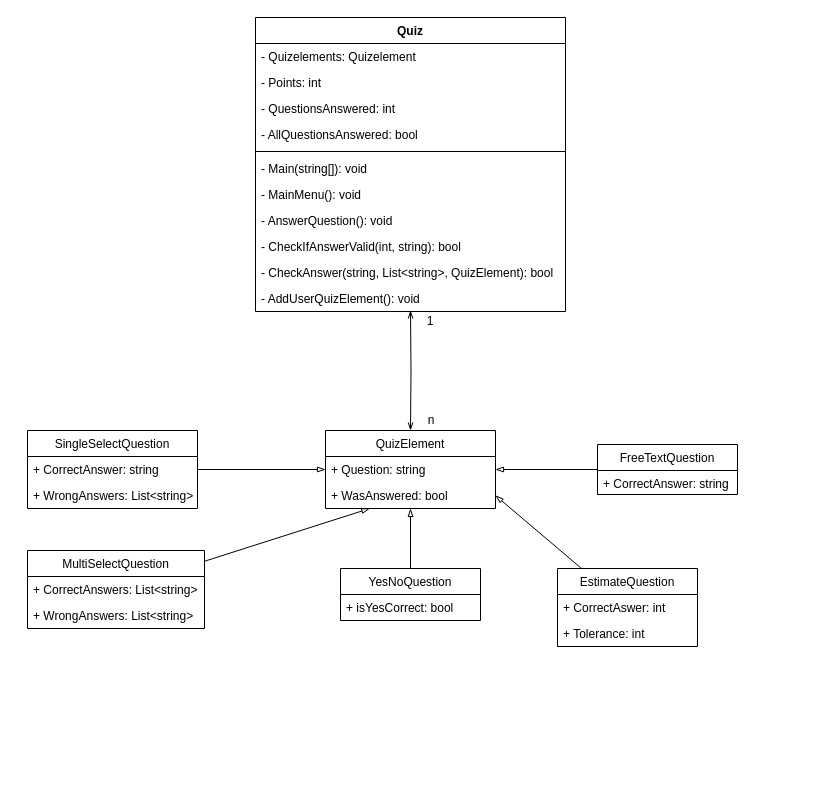
Above: A05_Quiz_2/Quiz_2_Class_Diagram.drawio in keckluis/Softwaredesign (draw.io), before the change. Source tidied: cells renumbered, new cells numbered last; positions are measured from the earlier drawing's top-left corner, leaving out a move shared by most shapes. Both pictures are drawn from the tidied source at 100%, with x=0, y=0 at pixel (27, 17).
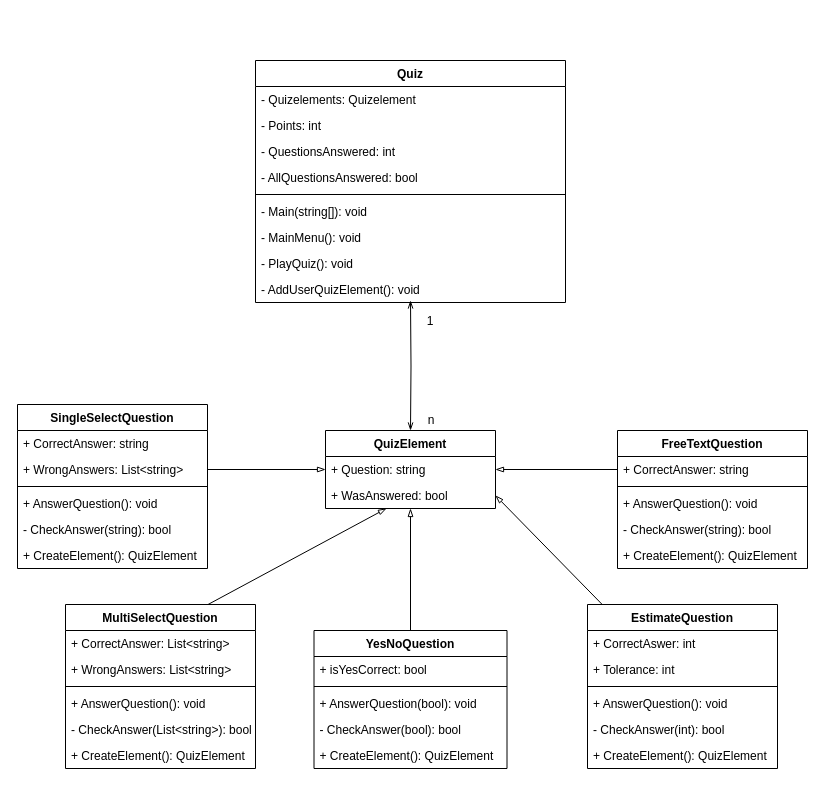
After the change.

Commit message (it also covers changes not shown here):
updated Quiz 2 class diagram

The change refers to these unchanged cells:
```xml
<mxCell id="15" value="+ Question: string" style="text;strokeColor=none;fillColor=none;align=left;verticalAlign=top;spacingLeft=4;spacingRight=4;overflow=hidden;points=[[0,0.5],[1,0.5]];portConstraint=eastwest;" parent="14" vertex="1">
  <mxGeometry y="26" width="170" height="26" as="geometry" />
</mxCell>
<mxCell id="16" value="+ WasAnswered: bool" style="text;strokeColor=none;fillColor=none;align=left;verticalAlign=top;spacingLeft=4;spacingRight=4;overflow=hidden;points=[[0,0.5],[1,0.5]];portConstraint=eastwest;" parent="14" vertex="1">
  <mxGeometry y="52" width="170" height="26" as="geometry" />
</mxCell>
```

The edit, as a diff of the source:
```diff
@@
     <mxCell id="2" value="Quiz" style="swimlane;fontStyle=1;align=center;verticalAlign=top;horizontal=1;startSize=26;" parent="1" vertex="1">
-      <mxGeometry x="228" width="310" height="294" as="geometry" />
+      <mxGeometry x="228" y="43" width="310" height="242" as="geometry" />
     </mxCell>
@@
-    <mxCell id="10" value="- AnswerQuestion(): void" style="text;strokeColor=none;fillColor=none;align=left;verticalAlign=top;spacingLeft=4;spacingRight=4;overflow=hidden;" parent="2" vertex="1">
+    <mxCell id="10" value="- PlayQuiz(): void" style="text;strokeColor=none;fillColor=none;align=left;verticalAlign=top;spacingLeft=4;spacingRight=4;overflow=hidden;" parent="2" vertex="1">
       <mxGeometry y="190" width="310" height="26" as="geometry" />
     </mxCell>
-    <mxCell id="11" value="- CheckIfAnswerValid(int, string): bool" style="text;strokeColor=none;fillColor=none;align=left;verticalAlign=top;spacingLeft=4;spacingRight=4;overflow=hidden;" parent="2" vertex="1">
-      <mxGeometry y="216" width="310" height="26" as="geometry" />
-    </mxCell>
-    <mxCell id="12" value="- CheckAnswer(string, List&lt;string&gt;, QuizElement): bool " style="text;strokeColor=none;fillColor=none;align=left;verticalAlign=top;spacingLeft=4;spacingRight=4;overflow=hidden;" parent="2" vertex="1">
-      <mxGeometry y="242" width="310" height="26" as="geometry" />
-    </mxCell>
     <mxCell id="13" value="- AddUserQuizElement(): void" style="text;strokeColor=none;fillColor=none;align=left;verticalAlign=top;spacingLeft=4;spacingRight=4;overflow=hidden;" parent="2" vertex="1">
-      <mxGeometry y="268" width="310" height="26" as="geometry" />
+      <mxGeometry y="216" width="310" height="26" as="geometry" />
     </mxCell>
-    <mxCell id="14" value="QuizElement" style="swimlane;fontStyle=0;horizontal=1;startSize=26;fillColor=none;swimlaneLine=1;" parent="1" vertex="1">
+    <mxCell id="14" value="QuizElement" style="swimlane;fontStyle=1;horizontal=1;startSize=26;fillColor=none;swimlaneLine=1;" parent="1" vertex="1">
       <mxGeometry x="298" y="413" width="170" height="78" as="geometry" />
     </mxCell>
@@
     <mxCell id="17" style="rounded=0;jettySize=auto;html=1;entryX=0.5;entryY=0;entryDx=0;entryDy=0;endArrow=openThin;endFill=0;startArrow=openThin;startFill=0;edgeStyle=orthogonalEdgeStyle;" parent="1" edge="1" target="14">
       <mxGeometry relative="1" as="geometry">
-        <mxPoint x="383" y="293" as="sourcePoint" />
+        <mxPoint x="383" y="283" as="sourcePoint" />
       </mxGeometry>
     </mxCell>
@@
-    <mxCell id="20" style="rounded=0;jettySize=auto;html=1;entryX=0;entryY=0.5;entryDx=0;entryDy=0;startArrow=none;startFill=0;endArrow=blockThin;endFill=0;" parent="1" edge="1" source="21" target="15">
+    <mxCell id="20" style="rounded=0;jettySize=auto;html=1;entryX=0;entryY=0.5;entryDx=0;entryDy=0;startArrow=none;startFill=0;endArrow=blockThin;endFill=0;exitX=1;exitY=0.5;exitDx=0;exitDy=0;" parent="1" edge="1" source="39" target="15">
       <mxGeometry relative="1" as="geometry" />
     </mxCell>
+    <mxCell id="24" style="edgeStyle=none;rounded=0;jettySize=auto;html=1;startArrow=none;startFill=0;endArrow=blockThin;endFill=0;exitX=0.5;exitY=0;exitDx=0;exitDy=0;" parent="1" edge="1" source="25" target="16">
+      <mxGeometry relative="1" as="geometry" />
+    </mxCell>
+    <mxCell id="27" style="edgeStyle=none;rounded=0;jettySize=auto;html=1;startArrow=none;startFill=0;endArrow=blockThin;endFill=0;exitX=0.75;exitY=0;exitDx=0;exitDy=0;" parent="1" edge="1" source="28" target="16">
+      <mxGeometry relative="1" as="geometry" />
+    </mxCell>
+    <mxCell id="31" style="edgeStyle=none;rounded=0;jettySize=auto;html=1;entryX=1;entryY=0.5;entryDx=0;entryDy=0;startArrow=none;startFill=0;endArrow=blockThin;endFill=0;exitX=0;exitY=0.5;exitDx=0;exitDy=0;" parent="1" edge="1" source="58" target="15">
+      <mxGeometry relative="1" as="geometry" />
+    </mxCell>
+    <mxCell id="34" style="rounded=0;jettySize=auto;html=1;entryX=1;entryY=0.5;entryDx=0;entryDy=0;endArrow=blockThin;endFill=0;" parent="1" edge="1" source="35" target="16">
+      <mxGeometry relative="1" as="geometry" />
+    </mxCell>
-    <mxCell id="21" value="SingleSelectQuestion" style="swimlane;fontStyle=0;horizontal=1;startSize=26;fillColor=none;" parent="1" vertex="1">
-      <mxGeometry y="413" width="170" height="78" as="geometry" />
+    <mxCell id="21" value="SingleSelectQuestion" style="swimlane;fontStyle=1;align=center;verticalAlign=top;horizontal=1;startSize=26;" parent="1" vertex="1">
+      <mxGeometry x="-10" y="387" width="190" height="164" as="geometry" />
     </mxCell>
-    <mxCell id="22" value="+ CorrectAnswer: string" style="text;strokeColor=none;fillColor=none;align=left;verticalAlign=top;spacingLeft=4;spacingRight=4;overflow=hidden;" parent="21" vertex="1">
-      <mxGeometry y="26" width="170" height="26" as="geometry" />
-    </mxCell>
-    <mxCell id="23" value="+ WrongAnswers: List&lt;string&gt;" style="text;strokeColor=none;fillColor=none;align=left;verticalAlign=top;spacingLeft=4;spacingRight=4;overflow=hidden;" parent="21" vertex="1">
-      <mxGeometry y="52" width="170" height="26" as="geometry" />
-    </mxCell>
-    <mxCell id="24" style="edgeStyle=none;rounded=0;jettySize=auto;html=1;startArrow=none;startFill=0;endArrow=blockThin;endFill=0;" parent="1" edge="1" source="25" target="16">
-      <mxGeometry relative="1" as="geometry" />
-    </mxCell>
+    <mxCell id="38" value="+ CorrectAnswer: string" style="text;strokeColor=none;fillColor=none;align=left;verticalAlign=top;spacingLeft=4;spacingRight=4;overflow=hidden;" parent="21" vertex="1">
+      <mxGeometry y="26" width="190" height="26" as="geometry" />
+    </mxCell>
+    <mxCell id="39" value="+ WrongAnswers: List&lt;string&gt;" style="text;strokeColor=none;fillColor=none;align=left;verticalAlign=top;spacingLeft=4;spacingRight=4;overflow=hidden;points=[[0,0.5],[1,0.5]];portConstraint=eastwest;" parent="21" vertex="1">
+      <mxGeometry y="52" width="190" height="26" as="geometry" />
+    </mxCell>
+    <mxCell id="40" style="line;strokeWidth=1;fillColor=none;align=left;verticalAlign=middle;spacingTop=-1;spacingLeft=3;spacingRight=3;labelPosition=right;" parent="21" vertex="1">
+      <mxGeometry y="78" width="190" height="8" as="geometry" />
+    </mxCell>
+    <mxCell id="41" value="+ AnswerQuestion(): void" style="text;strokeColor=none;fillColor=none;align=left;verticalAlign=top;spacingLeft=4;spacingRight=4;overflow=hidden;" parent="21" vertex="1">
+      <mxGeometry y="86" width="190" height="26" as="geometry" />
+    </mxCell>
+    <mxCell id="42" value="- CheckAnswer(string): bool " style="text;strokeColor=none;fillColor=none;align=left;verticalAlign=top;spacingLeft=4;spacingRight=4;overflow=hidden;" parent="21" vertex="1">
+      <mxGeometry y="112" width="190" height="26" as="geometry" />
+    </mxCell>
+    <mxCell id="43" value="+ CreateElement(): QuizElement  " style="text;strokeColor=none;fillColor=none;align=left;verticalAlign=top;spacingLeft=4;spacingRight=4;overflow=hidden;" parent="21" vertex="1">
+      <mxGeometry y="138" width="190" height="26" as="geometry" />
+    </mxCell>
+    <mxCell id="28" value="MultiSelectQuestion" style="swimlane;fontStyle=1;align=center;verticalAlign=top;horizontal=1;startSize=26;" parent="1" vertex="1">
+      <mxGeometry x="38" y="587" width="190" height="164" as="geometry" />
+    </mxCell>
+    <mxCell id="44" value="+ CorrectAnswer: List&lt;string&gt;" style="text;strokeColor=none;fillColor=none;align=left;verticalAlign=top;spacingLeft=4;spacingRight=4;overflow=hidden;" parent="28" vertex="1">
+      <mxGeometry y="26" width="190" height="26" as="geometry" />
+    </mxCell>
+    <mxCell id="45" value="+ WrongAnswers: List&lt;string&gt;" style="text;strokeColor=none;fillColor=none;align=left;verticalAlign=top;spacingLeft=4;spacingRight=4;overflow=hidden;" parent="28" vertex="1">
+      <mxGeometry y="52" width="190" height="26" as="geometry" />
+    </mxCell>
+    <mxCell id="46" style="line;strokeWidth=1;fillColor=none;align=left;verticalAlign=middle;spacingTop=-1;spacingLeft=3;spacingRight=3;labelPosition=right;" parent="28" vertex="1">
+      <mxGeometry y="78" width="190" height="8" as="geometry" />
+    </mxCell>
+    <mxCell id="47" value="+ AnswerQuestion(): void" style="text;strokeColor=none;fillColor=none;align=left;verticalAlign=top;spacingLeft=4;spacingRight=4;overflow=hidden;" parent="28" vertex="1">
+      <mxGeometry y="86" width="190" height="26" as="geometry" />
+    </mxCell>
+    <mxCell id="48" value="- CheckAnswer(List&lt;string&gt;): bool " style="text;strokeColor=none;fillColor=none;align=left;verticalAlign=top;spacingLeft=4;spacingRight=4;overflow=hidden;" parent="28" vertex="1">
+      <mxGeometry y="112" width="190" height="26" as="geometry" />
+    </mxCell>
+    <mxCell id="49" value="+ CreateElement(): QuizElement  " style="text;strokeColor=none;fillColor=none;align=left;verticalAlign=top;spacingLeft=4;spacingRight=4;overflow=hidden;" parent="28" vertex="1">
+      <mxGeometry y="138" width="190" height="26" as="geometry" />
+    </mxCell>
-    <mxCell id="25" value="YesNoQuestion" style="swimlane;fontStyle=0;horizontal=1;startSize=26;fillColor=none;" parent="1" vertex="1">
-      <mxGeometry x="313" y="551" width="140" height="52" as="geometry" />
+    <mxCell id="25" value="YesNoQuestion" style="swimlane;fontStyle=1;align=center;verticalAlign=top;horizontal=1;startSize=26;" parent="1" vertex="1">
+      <mxGeometry x="286.5" y="613" width="193" height="138" as="geometry" />
     </mxCell>
     <mxCell id="26" value="+ isYesCorrect: bool" style="text;strokeColor=none;fillColor=none;align=left;verticalAlign=top;spacingLeft=4;spacingRight=4;overflow=hidden;" parent="25" vertex="1">
-      <mxGeometry y="26" width="140" height="26" as="geometry" />
+      <mxGeometry y="26" width="193" height="26" as="geometry" />
     </mxCell>
-    <mxCell id="27" style="edgeStyle=none;rounded=0;jettySize=auto;html=1;startArrow=none;startFill=0;endArrow=blockThin;endFill=0;" parent="1" edge="1" source="28" target="16">
-      <mxGeometry relative="1" as="geometry" />
-    </mxCell>
-    <mxCell id="28" value="MultiSelectQuestion" style="swimlane;fontStyle=0;horizontal=1;startSize=26;fillColor=none;" parent="1" vertex="1">
-      <mxGeometry y="533" width="177" height="78" as="geometry" />
-    </mxCell>
-    <mxCell id="29" value="+ CorrectAnswers: List&lt;string&gt;" style="text;strokeColor=none;fillColor=none;align=left;verticalAlign=top;spacingLeft=4;spacingRight=4;overflow=hidden;" parent="28" vertex="1">
-      <mxGeometry y="26" width="177" height="26" as="geometry" />
-    </mxCell>
-    <mxCell id="30" value="+ WrongAnswers: List&lt;string&gt;" style="text;strokeColor=none;fillColor=none;align=left;verticalAlign=top;spacingLeft=4;spacingRight=4;overflow=hidden;" parent="28" vertex="1">
-      <mxGeometry y="52" width="177" height="26" as="geometry" />
-    </mxCell>
-    <mxCell id="31" style="edgeStyle=none;rounded=0;jettySize=auto;html=1;entryX=1;entryY=0.5;entryDx=0;entryDy=0;startArrow=none;startFill=0;endArrow=blockThin;endFill=0;" parent="1" edge="1" source="32" target="15">
-      <mxGeometry relative="1" as="geometry" />
-    </mxCell>
-    <mxCell id="32" value="FreeTextQuestion" style="swimlane;fontStyle=0;horizontal=1;startSize=26;fillColor=none;" parent="1" vertex="1">
-      <mxGeometry x="570" y="427" width="140" height="50" as="geometry" />
-    </mxCell>
-    <mxCell id="33" value="+ CorrectAnswer: string" style="text;strokeColor=none;fillColor=none;align=left;verticalAlign=top;spacingLeft=4;spacingRight=4;overflow=hidden;" parent="32" vertex="1">
-      <mxGeometry y="26" width="140" height="24" as="geometry" />
-    </mxCell>
-    <mxCell id="34" style="rounded=0;jettySize=auto;html=1;entryX=1;entryY=0.5;entryDx=0;entryDy=0;endArrow=blockThin;endFill=0;" parent="1" edge="1" source="35" target="16">
-      <mxGeometry relative="1" as="geometry" />
-    </mxCell>
+    <mxCell id="50" style="line;strokeWidth=1;fillColor=none;align=left;verticalAlign=middle;spacingTop=-1;spacingLeft=3;spacingRight=3;labelPosition=right;" parent="25" vertex="1">
+      <mxGeometry y="52" width="193" height="8" as="geometry" />
+    </mxCell>
+    <mxCell id="51" value="+ AnswerQuestion(bool): void" style="text;strokeColor=none;fillColor=none;align=left;verticalAlign=top;spacingLeft=4;spacingRight=4;overflow=hidden;" parent="25" vertex="1">
+      <mxGeometry y="60" width="193" height="26" as="geometry" />
+    </mxCell>
+    <mxCell id="52" value="- CheckAnswer(bool): bool " style="text;strokeColor=none;fillColor=none;align=left;verticalAlign=top;spacingLeft=4;spacingRight=4;overflow=hidden;" parent="25" vertex="1">
+      <mxGeometry y="86" width="193" height="26" as="geometry" />
+    </mxCell>
+    <mxCell id="53" value="+ CreateElement(): QuizElement  " style="text;strokeColor=none;fillColor=none;align=left;verticalAlign=top;spacingLeft=4;spacingRight=4;overflow=hidden;" parent="25" vertex="1">
+      <mxGeometry y="112" width="193" height="26" as="geometry" />
+    </mxCell>
-    <mxCell id="35" value="EstimateQuestion" style="swimlane;fontStyle=0;horizontal=1;startSize=26;fillColor=none;" parent="1" vertex="1">
-      <mxGeometry x="530" y="551" width="140" height="78" as="geometry" />
+    <mxCell id="35" value="EstimateQuestion" style="swimlane;fontStyle=1;align=center;verticalAlign=top;horizontal=1;startSize=26;" parent="1" vertex="1">
+      <mxGeometry x="560" y="587" width="190" height="164" as="geometry" />
     </mxCell>
     <mxCell id="36" value="+ CorrectAswer: int" style="text;strokeColor=none;fillColor=none;align=left;verticalAlign=top;spacingLeft=4;spacingRight=4;overflow=hidden;" parent="35" vertex="1">
-      <mxGeometry y="26" width="140" height="26" as="geometry" />
+      <mxGeometry y="26" width="190" height="26" as="geometry" />
     </mxCell>
     <mxCell id="37" value="+ Tolerance: int" style="text;strokeColor=none;fillColor=none;align=left;verticalAlign=top;spacingLeft=4;spacingRight=4;overflow=hidden;" parent="35" vertex="1">
-      <mxGeometry y="52" width="140" height="26" as="geometry" />
+      <mxGeometry y="52" width="190" height="26" as="geometry" />
     </mxCell>
+    <mxCell id="54" style="line;strokeWidth=1;fillColor=none;align=left;verticalAlign=middle;spacingTop=-1;spacingLeft=3;spacingRight=3;labelPosition=right;" parent="35" vertex="1">
+      <mxGeometry y="78" width="190" height="8" as="geometry" />
+    </mxCell>
+    <mxCell id="55" value="+ AnswerQuestion(): void" style="text;strokeColor=none;fillColor=none;align=left;verticalAlign=top;spacingLeft=4;spacingRight=4;overflow=hidden;" parent="35" vertex="1">
+      <mxGeometry y="86" width="190" height="26" as="geometry" />
+    </mxCell>
+    <mxCell id="56" value="- CheckAnswer(int): bool " style="text;strokeColor=none;fillColor=none;align=left;verticalAlign=top;spacingLeft=4;spacingRight=4;overflow=hidden;" parent="35" vertex="1">
+      <mxGeometry y="112" width="190" height="26" as="geometry" />
+    </mxCell>
+    <mxCell id="57" value="+ CreateElement(): QuizElement  " style="text;strokeColor=none;fillColor=none;align=left;verticalAlign=top;spacingLeft=4;spacingRight=4;overflow=hidden;" parent="35" vertex="1">
+      <mxGeometry y="138" width="190" height="26" as="geometry" />
+    </mxCell>
+    <mxCell id="32" value="FreeTextQuestion" style="swimlane;fontStyle=1;align=center;verticalAlign=top;horizontal=1;startSize=26;" parent="1" vertex="1">
+      <mxGeometry x="590" y="413" width="190" height="138" as="geometry" />
+    </mxCell>
+    <mxCell id="58" value="+ CorrectAnswer: string" style="text;strokeColor=none;fillColor=none;align=left;verticalAlign=top;spacingLeft=4;spacingRight=4;overflow=hidden;points=[[0,0.5],[1,0.5]];portConstraint=eastwest;" parent="32" vertex="1">
+      <mxGeometry y="26" width="190" height="26" as="geometry" />
+    </mxCell>
+    <mxCell id="59" style="line;strokeWidth=1;fillColor=none;align=left;verticalAlign=middle;spacingTop=-1;spacingLeft=3;spacingRight=3;labelPosition=right;" parent="32" vertex="1">
+      <mxGeometry y="52" width="190" height="8" as="geometry" />
+    </mxCell>
+    <mxCell id="60" value="+ AnswerQuestion(): void" style="text;strokeColor=none;fillColor=none;align=left;verticalAlign=top;spacingLeft=4;spacingRight=4;overflow=hidden;" parent="32" vertex="1">
+      <mxGeometry y="60" width="190" height="26" as="geometry" />
+    </mxCell>
+    <mxCell id="61" value="- CheckAnswer(string): bool " style="text;strokeColor=none;fillColor=none;align=left;verticalAlign=top;spacingLeft=4;spacingRight=4;overflow=hidden;" parent="32" vertex="1">
+      <mxGeometry y="86" width="190" height="26" as="geometry" />
+    </mxCell>
+    <mxCell id="62" value="+ CreateElement(): QuizElement  " style="text;strokeColor=none;fillColor=none;align=left;verticalAlign=top;spacingLeft=4;spacingRight=4;overflow=hidden;" parent="32" vertex="1">
+      <mxGeometry y="112" width="190" height="26" as="geometry" />
+    </mxCell>
```
